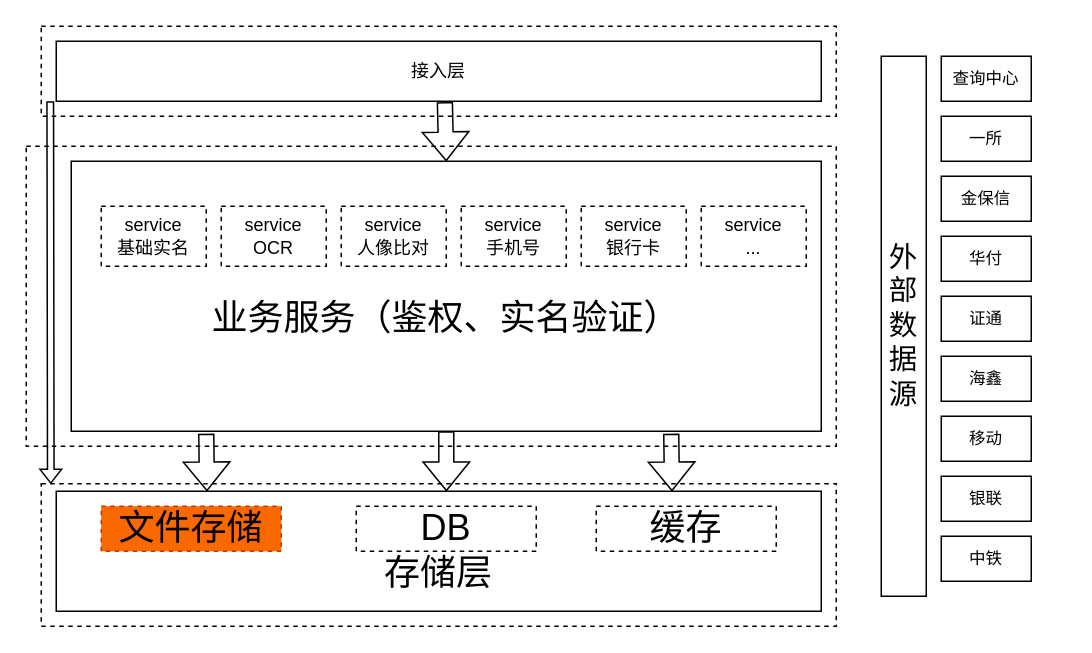
Before: tcsfs.drawio in silenceinthesky/Tools, a draw.io diagram. Source tidied: cells renumbered, new cells numbered last; positions are measured from the earlier drawing's top-left corner, leaving out a move shared by most shapes. Both pictures are drawn from the tidied source at 150%, with x=0, y=0 at pixel (26, 26).
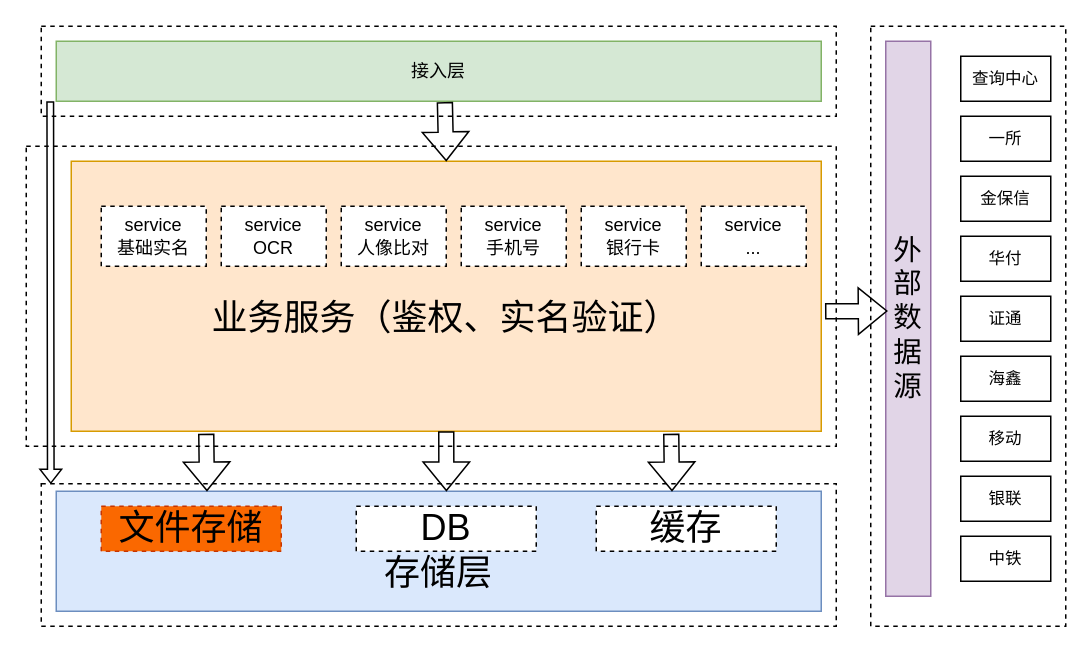
The same page after the edit.

Diff of the diagram source:
```diff
@@
+    <mxCell id="32" style="rounded=0;whiteSpace=wrap;html=1;dashed=1;" parent="1" vertex="1">
+      <mxGeometry x="563" width="130" height="400" as="geometry" />
+    </mxCell>
@@
-    <mxCell id="5" value="接入层" style="rounded=0;whiteSpace=wrap;html=1;" parent="1" vertex="1">
+    <mxCell id="5" value="接入层" style="rounded=0;whiteSpace=wrap;html=1;fillColor=#d5e8d4;strokeColor=#82b366;" parent="1" vertex="1">
       <mxGeometry x="20" y="10" width="510" height="40" as="geometry" />
     </mxCell>
-    <mxCell id="6" value="&lt;font style=&quot;font-size: 24px&quot;&gt;&lt;br&gt;业务服务（鉴权、实名验证）&lt;/font&gt;" style="rounded=0;whiteSpace=wrap;html=1;" parent="1" vertex="1">
+    <mxCell id="6" value="&lt;font style=&quot;font-size: 24px&quot;&gt;&lt;br&gt;业务服务（鉴权、实名验证）&lt;/font&gt;" style="rounded=0;whiteSpace=wrap;html=1;fillColor=#ffe6cc;strokeColor=#d79b00;" parent="1" vertex="1">
       <mxGeometry x="30" y="90" width="500" height="180" as="geometry" />
     </mxCell>
-    <mxCell id="7" value="&lt;font style=&quot;font-size: 24px&quot;&gt;&lt;br&gt;存储层&lt;/font&gt;" style="rounded=0;whiteSpace=wrap;html=1;" parent="1" vertex="1">
+    <mxCell id="7" value="&lt;font style=&quot;font-size: 24px&quot;&gt;&lt;br&gt;存储层&lt;/font&gt;" style="rounded=0;whiteSpace=wrap;html=1;fillColor=#dae8fc;strokeColor=#6c8ebf;" parent="1" vertex="1">
       <mxGeometry x="20" y="310" width="510" height="80" as="geometry" />
     </mxCell>
-    <mxCell id="8" value="&lt;font style=&quot;font-size: 19px&quot;&gt;外部数据源&lt;/font&gt;" style="rounded=0;whiteSpace=wrap;html=1;" parent="1" vertex="1">
-      <mxGeometry x="570" y="20" width="30" height="360" as="geometry" />
+    <mxCell id="8" value="&lt;font style=&quot;font-size: 19px&quot;&gt;外部数据源&lt;/font&gt;" style="rounded=0;whiteSpace=wrap;html=1;fillColor=#e1d5e7;strokeColor=#9673a6;" parent="1" vertex="1">
+      <mxGeometry x="573" y="10" width="30" height="370" as="geometry" />
     </mxCell>
@@
     <mxCell id="18" value="查询中心" style="rounded=0;whiteSpace=wrap;html=1;labelBackgroundColor=#FFFFFF;fontSize=11;" parent="1" vertex="1">
-      <mxGeometry x="610" y="20" width="60" height="30" as="geometry" />
+      <mxGeometry x="623" y="20" width="60" height="30" as="geometry" />
     </mxCell>
     <mxCell id="19" value="一所" style="rounded=0;whiteSpace=wrap;html=1;labelBackgroundColor=#FFFFFF;fontSize=11;" parent="1" vertex="1">
-      <mxGeometry x="610" y="60" width="60" height="30" as="geometry" />
+      <mxGeometry x="623" y="60" width="60" height="30" as="geometry" />
     </mxCell>
     <mxCell id="20" value="金保信" style="rounded=0;whiteSpace=wrap;html=1;labelBackgroundColor=#FFFFFF;fontSize=11;" parent="1" vertex="1">
-      <mxGeometry x="610" y="100" width="60" height="30" as="geometry" />
+      <mxGeometry x="623" y="100" width="60" height="30" as="geometry" />
     </mxCell>
     <mxCell id="21" value="华付" style="rounded=0;whiteSpace=wrap;html=1;labelBackgroundColor=#FFFFFF;fontSize=11;" parent="1" vertex="1">
-      <mxGeometry x="610" y="140" width="60" height="30" as="geometry" />
+      <mxGeometry x="623" y="140" width="60" height="30" as="geometry" />
     </mxCell>
     <mxCell id="22" value="证通" style="rounded=0;whiteSpace=wrap;html=1;labelBackgroundColor=#FFFFFF;fontSize=11;" parent="1" vertex="1">
-      <mxGeometry x="610" y="180" width="60" height="30" as="geometry" />
+      <mxGeometry x="623" y="180" width="60" height="30" as="geometry" />
     </mxCell>
     <mxCell id="23" value="海鑫" style="rounded=0;whiteSpace=wrap;html=1;labelBackgroundColor=#FFFFFF;fontSize=11;" parent="1" vertex="1">
-      <mxGeometry x="610" y="220" width="60" height="30" as="geometry" />
+      <mxGeometry x="623" y="220" width="60" height="30" as="geometry" />
     </mxCell>
     <mxCell id="24" value="移动" style="rounded=0;whiteSpace=wrap;html=1;labelBackgroundColor=#FFFFFF;fontSize=11;" parent="1" vertex="1">
-      <mxGeometry x="610" y="260" width="60" height="30" as="geometry" />
+      <mxGeometry x="623" y="260" width="60" height="30" as="geometry" />
     </mxCell>
     <mxCell id="25" value="银联" style="rounded=0;whiteSpace=wrap;html=1;labelBackgroundColor=#FFFFFF;fontSize=11;" parent="1" vertex="1">
-      <mxGeometry x="610" y="300" width="60" height="30" as="geometry" />
+      <mxGeometry x="623" y="300" width="60" height="30" as="geometry" />
     </mxCell>
     <mxCell id="26" value="中铁" style="rounded=0;whiteSpace=wrap;html=1;labelBackgroundColor=#FFFFFF;fontSize=11;" parent="1" vertex="1">
-      <mxGeometry x="610" y="340" width="60" height="30" as="geometry" />
+      <mxGeometry x="623" y="340" width="60" height="30" as="geometry" />
     </mxCell>
@@
+    <mxCell id="33" style="shape=flexArrow;endArrow=classic;html=1;rounded=0;fontSize=11;entryX=0.04;entryY=0.486;entryDx=0;entryDy=0;entryPerimeter=0;exitX=1.005;exitY=0.556;exitDx=0;exitDy=0;exitPerimeter=0;" parent="1" edge="1" source="6" target="8">
+      <mxGeometry relative="1" as="geometry" />
+    </mxCell>
```
